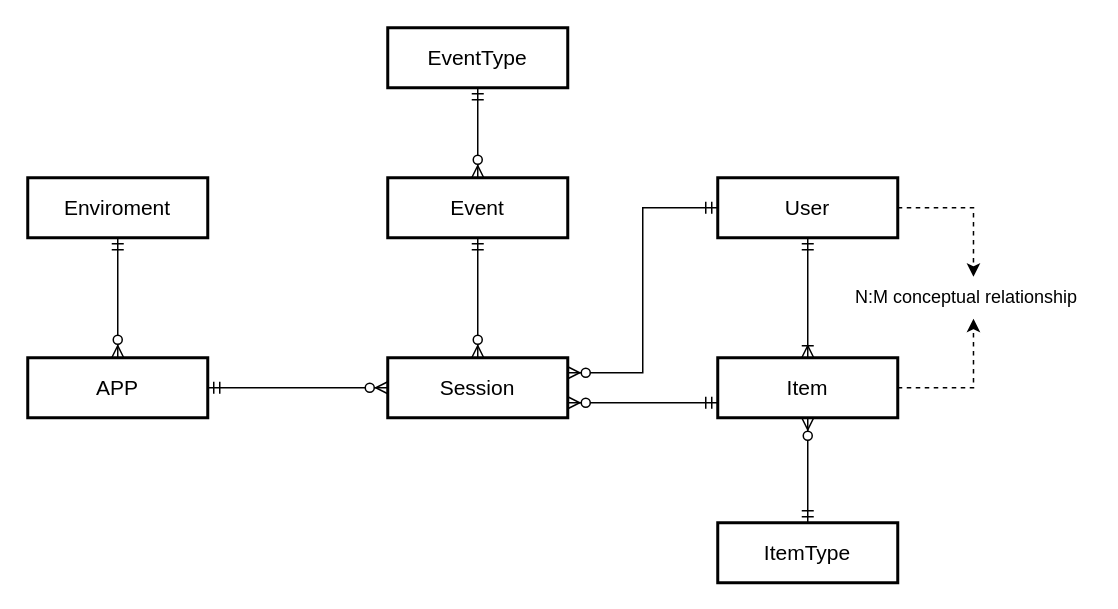
apm1005/TFG keeps this draw.io diagram as page "ER" (1 of 2) of documentation/models/db_model.drawio. Above is the earlier version. Source tidied: cells renumbered, new cells numbered last; positions are measured from the earlier drawing's top-left corner, leaving out a move shared by most shapes. Both pictures are drawn from the tidied source at 150%, with x=0, y=0 at pixel (27, 27).
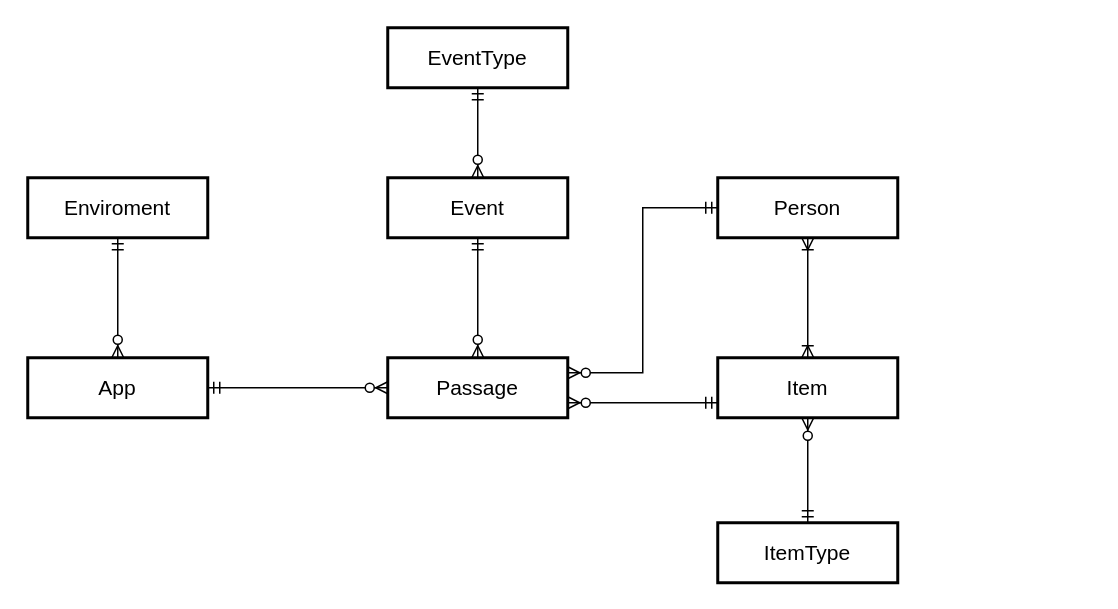
The same diagram, later.

The change refers to these unchanged cells:
```xml
<mxCell id="18" value="Item" style="strokeWidth=2;whiteSpace=wrap;html=1;align=center;fontSize=14;" parent="1" vertex="1">
  <mxGeometry x="460" y="220" width="120" height="40" as="geometry" />
</mxCell>
```

Change to the diagram source:
```diff
@@
-    <mxCell id="12" value="APP" style="strokeWidth=2;whiteSpace=wrap;html=1;align=center;fontSize=14;" parent="1" vertex="1">
+    <mxCell id="12" value="App" style="strokeWidth=2;whiteSpace=wrap;html=1;align=center;fontSize=14;" parent="1" vertex="1">
       <mxGeometry y="220" width="120" height="40" as="geometry" />
     </mxCell>
@@
-    <mxCell id="14" value="Session" style="strokeWidth=2;whiteSpace=wrap;html=1;align=center;fontSize=14;" parent="1" vertex="1">
+    <mxCell id="14" value="Passage" style="strokeWidth=2;whiteSpace=wrap;html=1;align=center;fontSize=14;" parent="1" vertex="1">
       <mxGeometry x="240" y="220" width="120" height="40" as="geometry" />
     </mxCell>
-    <mxCell id="15" style="edgeStyle=orthogonalEdgeStyle;rounded=0;jettySize=auto;html=1;exitX=1;exitY=0.5;exitDx=0;exitDy=0;entryX=0.503;entryY=1.2;entryDx=0;entryDy=0;entryPerimeter=0;dashed=1;startArrow=none;startFill=0;endArrow=classic;endFill=1;" parent="1" edge="1" source="18" target="23">
-      <mxGeometry relative="1" as="geometry" />
-    </mxCell>
@@
-    <mxCell id="19" style="edgeStyle=orthogonalEdgeStyle;rounded=0;jettySize=auto;html=1;exitX=0.5;exitY=1;exitDx=0;exitDy=0;entryX=0.5;entryY=0;entryDx=0;entryDy=0;startArrow=ERmandOne;startFill=0;endArrow=ERoneToMany;endFill=0;" parent="1" edge="1" source="22" target="18">
+    <mxCell id="19" style="edgeStyle=orthogonalEdgeStyle;rounded=0;jettySize=auto;html=1;exitX=0.5;exitY=1;exitDx=0;exitDy=0;entryX=0.5;entryY=0;entryDx=0;entryDy=0;startArrow=ERoneToMany;startFill=0;endArrow=ERoneToMany;endFill=0;" parent="1" edge="1" source="22" target="18">
       <mxGeometry relative="1" as="geometry" />
     </mxCell>
-    <mxCell id="20" style="edgeStyle=orthogonalEdgeStyle;rounded=0;jettySize=auto;html=1;exitX=1;exitY=0.5;exitDx=0;exitDy=0;entryX=0.503;entryY=-0.2;entryDx=0;entryDy=0;entryPerimeter=0;startArrow=none;startFill=0;endArrow=classic;endFill=1;dashed=1;" parent="1" edge="1" source="22" target="23">
-      <mxGeometry relative="1" as="geometry" />
-    </mxCell>
@@
-    <mxCell id="22" value="User" style="strokeWidth=2;whiteSpace=wrap;html=1;align=center;fontSize=14;" parent="1" vertex="1">
+    <mxCell id="22" value="Person" style="strokeWidth=2;whiteSpace=wrap;html=1;align=center;fontSize=14;" parent="1" vertex="1">
       <mxGeometry x="460" y="100" width="120" height="40" as="geometry" />
     </mxCell>
-    <mxCell id="23" value="N:M conceptual relationship" style="text;html=1;points=[];align=left;verticalAlign=top;spacingTop=-4;" parent="1" vertex="1">
-      <mxGeometry x="550" y="170" width="160" height="20" as="geometry" />
-    </mxCell>
```
